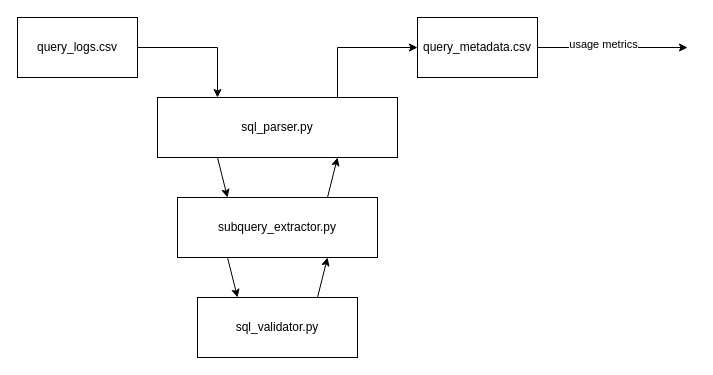
Before: assets/images/datacockpit-usage.drawio in datacockpit-org/datacockpit, a draw.io diagram. Source tidied: cells renumbered, new cells numbered last; positions are measured from the earlier drawing's top-left corner, leaving out a move shared by most shapes. Both pictures are drawn from the tidied source at 100%, with x=0, y=0 at pixel (17, 17).
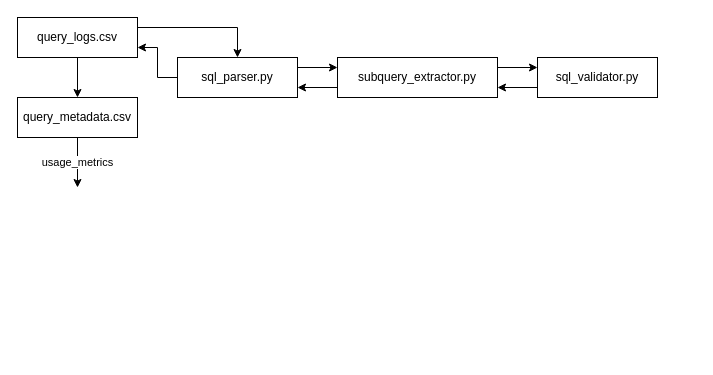
Above is the later version.

Commit message:
Make datacockpit-usage.drawio horizontal

Change to the diagram source:
```diff
@@
 <mxGraphModel>
   <root>
     <mxCell id="0" />
     <mxCell id="1" parent="0" />
-    <mxCell id="2" style="edgeStyle=orthogonalEdgeStyle;rounded=0;jettySize=auto;html=1;entryX=0.25;entryY=0;entryDx=0;entryDy=0;" parent="1" edge="1" source="3" target="8">
+    <mxCell id="2" style="edgeStyle=orthogonalEdgeStyle;rounded=0;jettySize=auto;html=1;exitX=1;exitY=0.25;exitDx=0;exitDy=0;entryX=0.5;entryY=0;entryDx=0;entryDy=0;" parent="1" edge="1" source="3" target="8">
       <mxGeometry relative="1" as="geometry" />
     </mxCell>
+    <mxCell id="15" style="edgeStyle=orthogonalEdgeStyle;rounded=0;jettySize=auto;html=1;exitX=0.5;exitY=1;exitDx=0;exitDy=0;entryX=0.5;entryY=0;entryDx=0;entryDy=0;" parent="1" edge="1" source="3" target="6">
+      <mxGeometry relative="1" as="geometry" />
+    </mxCell>
     <mxCell id="3" value="query_logs.csv" style="rounded=0;whiteSpace=wrap;html=1;" parent="1" vertex="1">
-      <mxGeometry width="120" height="60" as="geometry" />
+      <mxGeometry width="120" height="40" as="geometry" />
     </mxCell>
-    <mxCell id="4" style="edgeStyle=orthogonalEdgeStyle;rounded=0;jettySize=auto;html=1;exitX=1;exitY=0.5;exitDx=0;exitDy=0;" parent="1" edge="1" source="6">
-      <mxGeometry relative="1" as="geometry">
-        <mxPoint x="670" y="30" as="targetPoint" />
-      </mxGeometry>
-    </mxCell>
-    <mxCell id="5" value="usage metrics" style="edgeLabel;html=1;align=center;verticalAlign=middle;" parent="4" vertex="1">
-      <mxGeometry x="-0.13" y="4" relative="1" as="geometry" />
-    </mxCell>
+    <mxCell id="16" value="usage_metrics" style="edgeStyle=orthogonalEdgeStyle;rounded=0;jettySize=auto;html=1;exitX=0.5;exitY=1;exitDx=0;exitDy=0;" parent="1" edge="1" source="6">
+      <mxGeometry relative="1" as="geometry">
+        <mxPoint x="60" y="170" as="targetPoint" />
+      </mxGeometry>
+    </mxCell>
     <mxCell id="6" value="query_metadata.csv" style="rounded=0;whiteSpace=wrap;html=1;" parent="1" vertex="1">
-      <mxGeometry x="400" width="120" height="60" as="geometry" />
+      <mxGeometry y="80" width="120" height="40" as="geometry" />
     </mxCell>
-    <mxCell id="7" style="edgeStyle=orthogonalEdgeStyle;rounded=0;jettySize=auto;html=1;entryX=0;entryY=0.5;entryDx=0;entryDy=0;exitX=0.75;exitY=0;exitDx=0;exitDy=0;" parent="1" edge="1" source="8" target="6">
-      <mxGeometry relative="1" as="geometry" />
-    </mxCell>
+    <mxCell id="17" style="edgeStyle=orthogonalEdgeStyle;rounded=0;jettySize=auto;html=1;entryX=1;entryY=0.75;entryDx=0;entryDy=0;" parent="1" edge="1" source="8" target="3">
+      <mxGeometry relative="1" as="geometry" />
+    </mxCell>
+    <mxCell id="11" style="edgeStyle=orthogonalEdgeStyle;rounded=0;jettySize=auto;html=1;exitX=1;exitY=0.25;exitDx=0;exitDy=0;entryX=0;entryY=0.25;entryDx=0;entryDy=0;" parent="1" edge="1" source="8" target="9">
+      <mxGeometry relative="1" as="geometry" />
+    </mxCell>
     <mxCell id="8" value="sql_parser.py" style="rounded=0;whiteSpace=wrap;html=1;" parent="1" vertex="1">
-      <mxGeometry x="140" y="80" width="240" height="60" as="geometry" />
+      <mxGeometry x="160" y="40" width="120" height="40" as="geometry" />
     </mxCell>
+    <mxCell id="14" style="edgeStyle=orthogonalEdgeStyle;rounded=0;jettySize=auto;html=1;exitX=0;exitY=0.75;exitDx=0;exitDy=0;entryX=1;entryY=0.75;entryDx=0;entryDy=0;" parent="1" edge="1" source="9" target="8">
+      <mxGeometry relative="1" as="geometry" />
+    </mxCell>
+    <mxCell id="18" style="edgeStyle=orthogonalEdgeStyle;rounded=0;jettySize=auto;html=1;exitX=1;exitY=0.25;exitDx=0;exitDy=0;entryX=0;entryY=0.25;entryDx=0;entryDy=0;" parent="1" edge="1" source="9" target="10">
+      <mxGeometry relative="1" as="geometry" />
+    </mxCell>
     <mxCell id="9" value="subquery_extractor.py" style="rounded=0;whiteSpace=wrap;html=1;" parent="1" vertex="1">
-      <mxGeometry x="160" y="180" width="200" height="60" as="geometry" />
+      <mxGeometry x="320" y="40" width="160" height="40" as="geometry" />
     </mxCell>
+    <mxCell id="13" style="edgeStyle=orthogonalEdgeStyle;rounded=0;jettySize=auto;html=1;exitX=0;exitY=0.75;exitDx=0;exitDy=0;entryX=1;entryY=0.75;entryDx=0;entryDy=0;" parent="1" edge="1" source="10" target="9">
+      <mxGeometry relative="1" as="geometry" />
+    </mxCell>
     <mxCell id="10" value="sql_validator.py" style="rounded=0;whiteSpace=wrap;html=1;" parent="1" vertex="1">
-      <mxGeometry x="180" y="280" width="160" height="60" as="geometry" />
+      <mxGeometry x="520" y="40" width="120" height="40" as="geometry" />
     </mxCell>
-    <mxCell id="11" style="endArrow=classic;html=1;rounded=0;entryX=0.25;entryY=0;entryDx=0;entryDy=0;exitX=0.25;exitY=1;exitDx=0;exitDy=0;" parent="1" edge="1" source="8" target="9">
-      <mxGeometry relative="1" as="geometry" />
-    </mxCell>
-    <mxCell id="12" style="endArrow=classic;html=1;rounded=0;exitX=0.25;exitY=1;exitDx=0;exitDy=0;" parent="1" edge="1" source="9">
-      <mxGeometry relative="1" as="geometry">
-        <mxPoint x="220" y="280" as="targetPoint" />
-      </mxGeometry>
-    </mxCell>
-    <mxCell id="13" style="endArrow=classic;html=1;rounded=0;exitX=0.75;exitY=0;exitDx=0;exitDy=0;entryX=0.75;entryY=1;entryDx=0;entryDy=0;" parent="1" edge="1" source="10" target="9">
-      <mxGeometry relative="1" as="geometry" />
-    </mxCell>
-    <mxCell id="14" style="endArrow=classic;html=1;rounded=0;exitX=0.75;exitY=0;exitDx=0;exitDy=0;entryX=0.75;entryY=1;entryDx=0;entryDy=0;" parent="1" edge="1" source="9" target="8">
-      <mxGeometry relative="1" as="geometry" />
-    </mxCell>
+    <mxCell id="19" style="edgeStyle=orthogonalEdgeStyle;rounded=0;orthogonalLoop=1;jettySize=auto;html=1;exitX=0.5;exitY=1;exitDx=0;exitDy=0;" parent="1" edge="1" source="10" target="10">
+      <mxGeometry relative="1" as="geometry" />
+    </mxCell>
   </root>
 </mxGraphModel>
```
